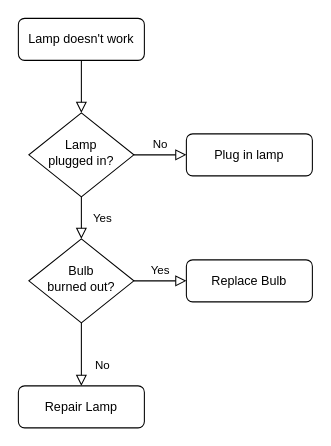
This is Program_2_Flowchart.drawio from JLanez/Complete-Python-3-Bootcamp, a draw.io file, before an edit. Source tidied: cells renumbered, new cells numbered last; positions are measured from the earlier drawing's top-left corner, leaving out a move shared by most shapes. Both pictures are drawn from the tidied source at 105%, with x=0, y=0 at pixel (18, 18).
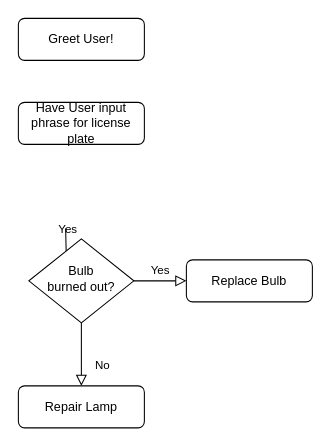
The same diagram, later.

Change to the diagram source:
```diff
@@
 <mxGraphModel>
   <root>
     <mxCell id="0" />
     <mxCell id="1" parent="0" />
-    <mxCell id="2" style="rounded=0;html=1;jettySize=auto;fontSize=11;endArrow=block;endFill=0;endSize=8;strokeWidth=1;shadow=0;labelBackgroundColor=none;edgeStyle=orthogonalEdgeStyle;" parent="1" edge="1" source="3" target="6">
-      <mxGeometry relative="1" as="geometry" />
-    </mxCell>
-    <mxCell id="3" value="Lamp doesn't work" style="rounded=1;whiteSpace=wrap;html=1;fontSize=12;glass=0;strokeWidth=1;shadow=0;" parent="1" vertex="1">
+    <mxCell id="3" value="Greet User!" style="rounded=1;whiteSpace=wrap;html=1;fontSize=12;glass=0;strokeWidth=1;shadow=0;" parent="1" vertex="1">
       <mxGeometry width="120" height="40" as="geometry" />
     </mxCell>
-    <mxCell id="4" value="Yes" style="rounded=0;html=1;jettySize=auto;fontSize=11;endArrow=block;endFill=0;endSize=8;strokeWidth=1;shadow=0;labelBackgroundColor=none;edgeStyle=orthogonalEdgeStyle;" parent="1" edge="1" source="6" target="10">
-      <mxGeometry y="20" relative="1" as="geometry" />
+    <mxCell id="4" value="Yes" style="rounded=0;html=1;jettySize=auto;fontSize=11;endArrow=block;endFill=0;endSize=8;strokeWidth=1;shadow=0;labelBackgroundColor=none;edgeStyle=orthogonalEdgeStyle;" parent="1" edge="1" target="10">
+      <mxGeometry y="20" relative="1" as="geometry">
+        <mxPoint x="45" y="200" as="sourcePoint" />
+      </mxGeometry>
     </mxCell>
-    <mxCell id="5" value="No" style="edgeStyle=orthogonalEdgeStyle;rounded=0;html=1;jettySize=auto;fontSize=11;endArrow=block;endFill=0;endSize=8;strokeWidth=1;shadow=0;labelBackgroundColor=none;" parent="1" edge="1" source="6" target="7">
-      <mxGeometry y="10" relative="1" as="geometry" />
-    </mxCell>
-    <mxCell id="6" value="Lamp&lt;br&gt;plugged in?" style="rhombus;whiteSpace=wrap;html=1;shadow=0;fontFamily=Helvetica;fontSize=12;align=center;strokeWidth=1;spacing=6;spacingTop=-4;" parent="1" vertex="1">
-      <mxGeometry x="10" y="90" width="100" height="80" as="geometry" />
-    </mxCell>
-    <mxCell id="7" value="Plug in lamp" style="rounded=1;whiteSpace=wrap;html=1;fontSize=12;glass=0;strokeWidth=1;shadow=0;" parent="1" vertex="1">
-      <mxGeometry x="160" y="110" width="120" height="40" as="geometry" />
+    <mxCell id="7" value="Have User input phrase for license plate" style="rounded=1;whiteSpace=wrap;html=1;fontSize=12;glass=0;strokeWidth=1;shadow=0;" parent="1" vertex="1">
+      <mxGeometry y="80" width="120" height="40" as="geometry" />
     </mxCell>
     <mxCell id="8" value="No" style="rounded=0;html=1;jettySize=auto;fontSize=11;endArrow=block;endFill=0;endSize=8;strokeWidth=1;shadow=0;labelBackgroundColor=none;edgeStyle=orthogonalEdgeStyle;" parent="1" edge="1" source="10" target="11">
       <mxGeometry x="0.33" y="20" relative="1" as="geometry" />
     </mxCell>
     <mxCell id="9" value="Yes" style="edgeStyle=orthogonalEdgeStyle;rounded=0;html=1;jettySize=auto;fontSize=11;endArrow=block;endFill=0;endSize=8;strokeWidth=1;shadow=0;labelBackgroundColor=none;" parent="1" edge="1" source="10" target="12">
       <mxGeometry y="10" relative="1" as="geometry" />
     </mxCell>
     <mxCell id="10" value="Bulb&lt;br&gt;burned out?" style="rhombus;whiteSpace=wrap;html=1;shadow=0;fontFamily=Helvetica;fontSize=12;align=center;strokeWidth=1;spacing=6;spacingTop=-4;" parent="1" vertex="1">
       <mxGeometry x="10" y="210" width="100" height="80" as="geometry" />
     </mxCell>
     <mxCell id="11" value="Repair Lamp" style="rounded=1;whiteSpace=wrap;html=1;fontSize=12;glass=0;strokeWidth=1;shadow=0;" parent="1" vertex="1">
       <mxGeometry y="350" width="120" height="40" as="geometry" />
     </mxCell>
     <mxCell id="12" value="Replace Bulb" style="rounded=1;whiteSpace=wrap;html=1;fontSize=12;glass=0;strokeWidth=1;shadow=0;" parent="1" vertex="1">
       <mxGeometry x="160" y="230" width="120" height="40" as="geometry" />
     </mxCell>
   </root>
 </mxGraphModel>
```
